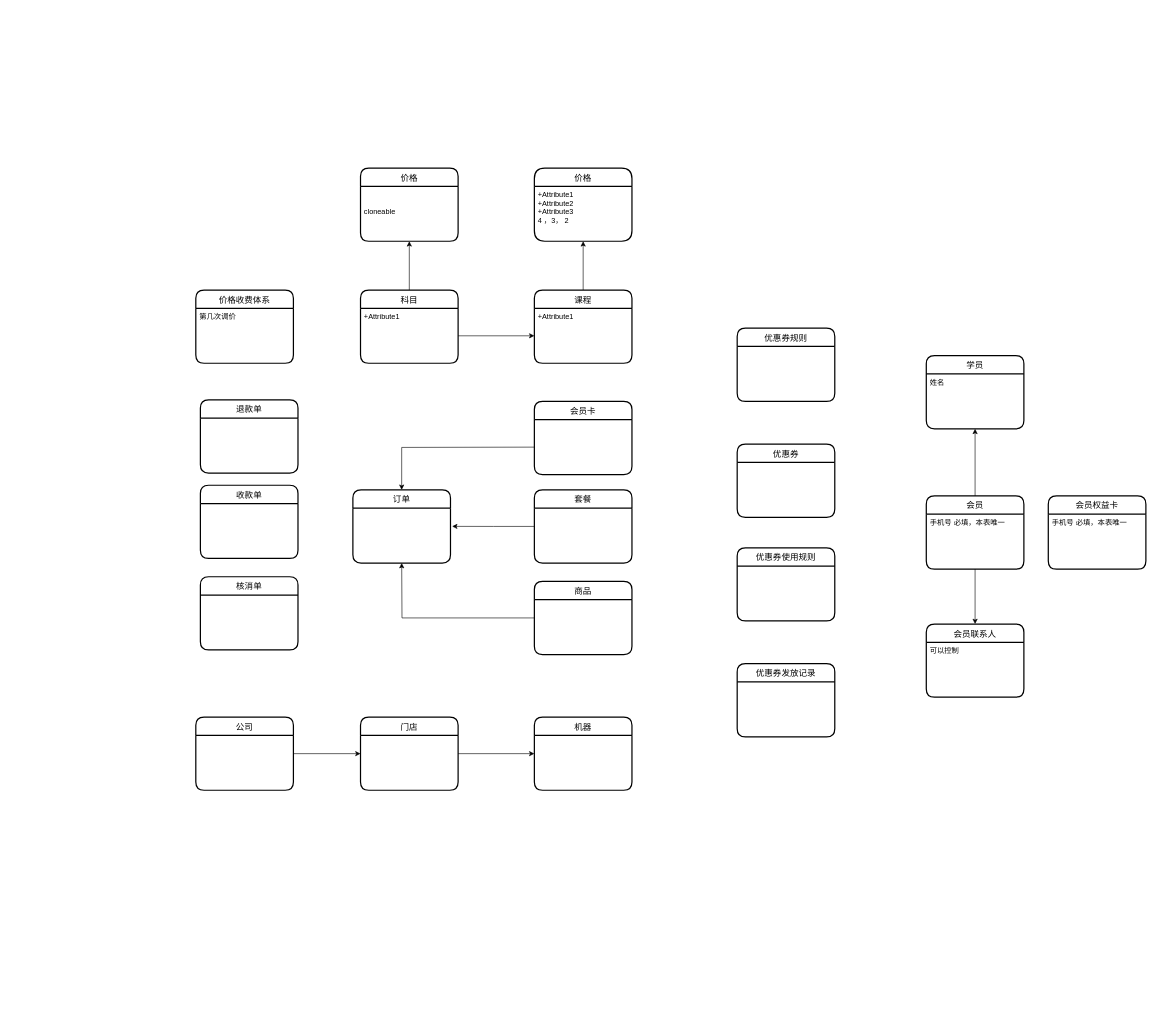
Above: skinow-erp-entity-relationship.drawio in skinow/diagrams (draw.io), before the change. Source tidied: cells renumbered, new cells numbered last; positions are measured from the earlier drawing's top-left corner, leaving out a move shared by most shapes. Both pictures are drawn from the tidied source at 61%, with x=0, y=0 at pixel (195, 168).
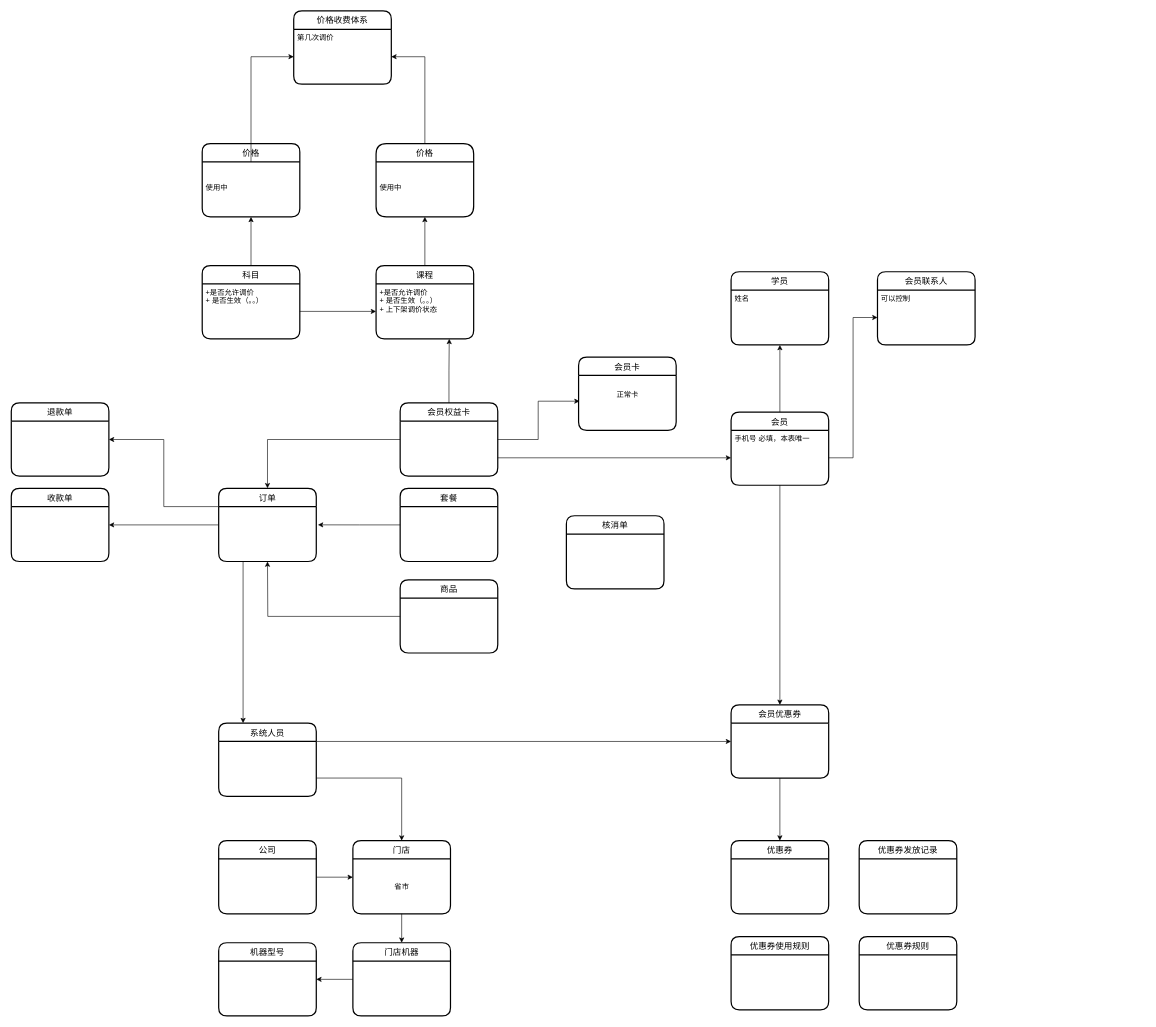
The same diagram, later.

The change refers to these unchanged cells:
```xml
<mxCell id="14" value="第几次调价&#10;" style="align=left;strokeColor=none;fillColor=none;spacingLeft=4;fontSize=12;verticalAlign=top;" parent="13" vertex="1">
  <mxGeometry y="30" width="160" height="90" as="geometry" />
</mxCell>
<mxCell id="16" value="手机号 必填，本表唯一" style="align=left;strokeColor=none;fillColor=none;spacingLeft=4;fontSize=12;verticalAlign=top;" parent="15" vertex="1">
  <mxGeometry y="30" width="160" height="90" as="geometry" />
</mxCell>
<mxCell id="20" value="可以控制" style="align=left;strokeColor=none;fillColor=none;spacingLeft=4;fontSize=12;verticalAlign=top;" parent="19" vertex="1">
  <mxGeometry y="30" width="160" height="90" as="geometry" />
</mxCell>
```

Diff of the diagram source:
```diff
@@
     <mxCell id="3" value="科目" style="swimlane;horizontal=1;startSize=30;rounded=1;fontSize=14;fontStyle=0;strokeWidth=2;shadow=0;dashed=0;align=center;" parent="1" vertex="1">
-      <mxGeometry x="270.5" y="200" width="160" height="120" as="geometry" />
+      <mxGeometry x="11" y="160" width="160" height="120" as="geometry" />
     </mxCell>
-    <mxCell id="4" value="+Attribute1&#10;" style="align=left;strokeColor=none;fillColor=none;spacingLeft=4;fontSize=12;verticalAlign=top;" parent="3" vertex="1">
+    <mxCell id="4" value="+是否允许调价&#10;+ 是否生效（。。）" style="align=left;strokeColor=none;fillColor=none;spacingLeft=4;fontSize=12;verticalAlign=top;" parent="3" vertex="1">
       <mxGeometry y="30" width="160" height="90" as="geometry" />
     </mxCell>
@@
     <mxCell id="6" value="课程" style="swimlane;horizontal=1;startSize=30;rounded=1;fontSize=14;fontStyle=0;strokeWidth=2;shadow=0;dashed=0;align=center;" parent="1" vertex="1">
-      <mxGeometry x="555.5" y="200" width="160" height="120" as="geometry" />
+      <mxGeometry x="296" y="160" width="160" height="120" as="geometry" />
     </mxCell>
-    <mxCell id="7" value="+Attribute1&#10;" style="align=left;strokeColor=none;fillColor=none;spacingLeft=4;fontSize=12;verticalAlign=top;" parent="6" vertex="1">
+    <mxCell id="7" value="+是否允许调价&#10;+ 是否生效（。。）&#10;+ 上下架调价状态" style="align=left;strokeColor=none;fillColor=none;spacingLeft=4;fontSize=12;verticalAlign=top;" parent="6" vertex="1">
       <mxGeometry y="30" width="160" height="90" as="geometry" />
     </mxCell>
     <mxCell id="8" value="价格" style="swimlane;horizontal=1;startSize=30;rounded=1;fontSize=14;fontStyle=0;strokeWidth=2;shadow=0;dashed=0;align=center;" parent="1" vertex="1">
-      <mxGeometry x="270.5" width="160" height="120" as="geometry" />
+      <mxGeometry x="11" y="-40" width="160" height="120" as="geometry" />
     </mxCell>
-    <mxCell id="9" value="&#10;&#10;cloneable" style="align=left;strokeColor=none;fillColor=none;spacingLeft=4;fontSize=12;verticalAlign=top;" parent="8" vertex="1">
+    <mxCell id="9" value="&#10;&#10;使用中" style="align=left;strokeColor=none;fillColor=none;spacingLeft=4;fontSize=12;verticalAlign=top;" parent="8" vertex="1">
       <mxGeometry y="30" width="160" height="90" as="geometry" />
     </mxCell>
+    <mxCell id="44" style="edgeStyle=orthogonalEdgeStyle;rounded=0;jettySize=auto;html=1;entryX=1;entryY=0.5;entryDx=0;entryDy=0;" parent="1" edge="1" source="10" target="14">
+      <mxGeometry relative="1" as="geometry" />
+    </mxCell>
     <mxCell id="10" value="价格" style="swimlane;horizontal=1;startSize=30;rounded=1;fontSize=14;fontStyle=0;strokeWidth=2;shadow=0;dashed=0;align=center;arcSize=19;" parent="1" vertex="1">
-      <mxGeometry x="555.5" width="160" height="120" as="geometry" />
+      <mxGeometry x="296" y="-40" width="160" height="120" as="geometry" />
     </mxCell>
-    <mxCell id="11" value="+Attribute1&#10;+Attribute2&#10;+Attribute3&#10;4 ，3， 2" style="align=left;strokeColor=none;fillColor=none;spacingLeft=4;fontSize=12;verticalAlign=top;" parent="10" vertex="1">
+    <mxCell id="11" value="&#10;&#10;使用中" style="align=left;strokeColor=none;fillColor=none;spacingLeft=4;fontSize=12;verticalAlign=top;" parent="10" vertex="1">
       <mxGeometry y="30" width="160" height="90" as="geometry" />
     </mxCell>
@@
     <mxCell id="13" value="价格收费体系" style="swimlane;horizontal=1;startSize=30;rounded=1;fontSize=14;fontStyle=0;strokeWidth=2;shadow=0;dashed=0;align=center;" parent="1" vertex="1">
-      <mxGeometry x="0.5" y="200" width="160" height="120" as="geometry" />
+      <mxGeometry x="161" y="-257.5" width="160" height="120" as="geometry" />
     </mxCell>
@@
     <mxCell id="15" value="会员" style="swimlane;horizontal=1;startSize=30;rounded=1;fontSize=14;fontStyle=0;strokeWidth=2;shadow=0;dashed=0;align=center;" parent="1" vertex="1">
-      <mxGeometry x="1198" y="537.5" width="160" height="120" as="geometry" />
+      <mxGeometry x="878" y="400" width="160" height="120" as="geometry" />
     </mxCell>
@@
     <mxCell id="17" value="学员" style="swimlane;horizontal=1;startSize=30;rounded=1;fontSize=14;fontStyle=0;strokeWidth=2;shadow=0;dashed=0;align=center;" parent="1" vertex="1">
-      <mxGeometry x="1198" y="307.5" width="160" height="120" as="geometry" />
+      <mxGeometry x="878" y="170" width="160" height="120" as="geometry" />
     </mxCell>
@@
     <mxCell id="19" value="会员联系人" style="swimlane;horizontal=1;startSize=30;rounded=1;fontSize=14;fontStyle=0;strokeWidth=2;shadow=0;dashed=0;align=center;" parent="1" vertex="1">
-      <mxGeometry x="1198" y="747.5" width="160" height="120" as="geometry" />
+      <mxGeometry x="1118" y="170" width="160" height="120" as="geometry" />
     </mxCell>
@@
-    <mxCell id="21" style="edgeStyle=orthogonalEdgeStyle;rounded=0;jettySize=auto;html=1;entryX=0.5;entryY=0;entryDx=0;entryDy=0;" parent="1" edge="1" source="16" target="19">
+    <mxCell id="21" style="edgeStyle=orthogonalEdgeStyle;rounded=0;jettySize=auto;html=1;entryX=0;entryY=0.5;entryDx=0;entryDy=0;" parent="1" edge="1" source="16" target="20">
       <mxGeometry relative="1" as="geometry" />
     </mxCell>
@@
     <mxCell id="24" value="公司" style="swimlane;horizontal=1;startSize=30;rounded=1;fontSize=14;fontStyle=0;strokeWidth=2;shadow=0;dashed=0;align=center;" parent="1" vertex="1">
-      <mxGeometry x="0.5" y="900" width="160" height="120" as="geometry" />
+      <mxGeometry x="38" y="1102.5" width="160" height="120" as="geometry" />
     </mxCell>
-    <mxCell id="25" style="edgeStyle=orthogonalEdgeStyle;rounded=0;jettySize=auto;html=1;entryX=0;entryY=0.5;entryDx=0;entryDy=0;" parent="1" edge="1" source="26" target="27">
+    <mxCell id="25" style="edgeStyle=orthogonalEdgeStyle;rounded=0;jettySize=auto;html=1;entryX=1;entryY=0.5;entryDx=0;entryDy=0;exitX=0;exitY=0.5;exitDx=0;exitDy=0;" parent="1" edge="1" source="55" target="27">
       <mxGeometry relative="1" as="geometry" />
     </mxCell>
     <mxCell id="26" value="门店" style="swimlane;horizontal=1;startSize=30;rounded=1;fontSize=14;fontStyle=0;strokeWidth=2;shadow=0;dashed=0;align=center;" parent="1" vertex="1">
-      <mxGeometry x="270.5" y="900" width="160" height="120" as="geometry" />
+      <mxGeometry x="258" y="1102.5" width="160" height="120" as="geometry" />
     </mxCell>
+    <mxCell id="45" value="省市" style="text;html=1;align=center;verticalAlign=middle;" parent="26" vertex="1">
+      <mxGeometry y="30" width="160" height="90" as="geometry" />
+    </mxCell>
-    <mxCell id="27" value="机器" style="swimlane;horizontal=1;startSize=30;rounded=1;fontSize=14;fontStyle=0;strokeWidth=2;shadow=0;dashed=0;align=center;" parent="1" vertex="1">
-      <mxGeometry x="555.5" y="900" width="160" height="120" as="geometry" />
+    <mxCell id="27" value="机器型号" style="swimlane;horizontal=1;startSize=30;rounded=1;fontSize=14;fontStyle=0;strokeWidth=2;shadow=0;dashed=0;align=center;" parent="1" vertex="1">
+      <mxGeometry x="38" y="1270" width="160" height="120" as="geometry" />
     </mxCell>
     <mxCell id="28" value="会员卡" style="swimlane;horizontal=1;startSize=30;rounded=1;fontSize=14;fontStyle=0;strokeWidth=2;shadow=0;dashed=0;align=center;" parent="1" vertex="1">
-      <mxGeometry x="555.5" y="382.5" width="160" height="120" as="geometry" />
+      <mxGeometry x="628" y="310" width="160" height="120" as="geometry" />
     </mxCell>
+    <mxCell id="46" value="正常卡&lt;br&gt;&lt;br&gt;&lt;br&gt;" style="text;html=1;align=center;verticalAlign=middle;points=[];" parent="28" vertex="1">
+      <mxGeometry y="30" width="160" height="90" as="geometry" />
+    </mxCell>
     <mxCell id="29" style="edgeStyle=orthogonalEdgeStyle;rounded=0;jettySize=auto;html=1;entryX=0.5;entryY=1;entryDx=0;entryDy=0;" parent="1" edge="1" source="30">
       <mxGeometry relative="1" as="geometry">
-        <mxPoint x="338" y="647.5" as="targetPoint" />
+        <mxPoint x="118" y="645" as="targetPoint" />
       </mxGeometry>
     </mxCell>
     <mxCell id="30" value="商品" style="swimlane;horizontal=1;startSize=30;rounded=1;fontSize=14;fontStyle=0;strokeWidth=2;shadow=0;dashed=0;align=center;" parent="1" vertex="1">
-      <mxGeometry x="555.5" y="677.5" width="160" height="120" as="geometry" />
+      <mxGeometry x="335.5" y="675" width="160" height="120" as="geometry" />
     </mxCell>
     <mxCell id="31" style="edgeStyle=orthogonalEdgeStyle;rounded=0;jettySize=auto;html=1;entryX=1.017;entryY=0.332;entryDx=0;entryDy=0;entryPerimeter=0;" parent="1" edge="1" source="32">
       <mxGeometry relative="1" as="geometry">
-        <mxPoint x="420.7" y="587.4" as="targetPoint" />
+        <mxPoint x="200.7" y="584.9" as="targetPoint" />
       </mxGeometry>
     </mxCell>
     <mxCell id="32" value="套餐" style="swimlane;horizontal=1;startSize=30;rounded=1;fontSize=14;fontStyle=0;strokeWidth=2;shadow=0;dashed=0;align=center;" parent="1" vertex="1">
-      <mxGeometry x="555.5" y="527.5" width="160" height="120" as="geometry" />
+      <mxGeometry x="335.5" y="525" width="160" height="120" as="geometry" />
     </mxCell>
+    <mxCell id="47" style="edgeStyle=orthogonalEdgeStyle;rounded=0;jettySize=auto;html=1;exitX=1;exitY=0.75;exitDx=0;exitDy=0;entryX=0.5;entryY=0;entryDx=0;entryDy=0;" parent="1" edge="1" source="58" target="26">
+      <mxGeometry relative="1" as="geometry" />
+    </mxCell>
+    <mxCell id="48" style="edgeStyle=orthogonalEdgeStyle;rounded=0;jettySize=auto;html=1;exitX=0.25;exitY=1;exitDx=0;exitDy=0;entryX=0.25;entryY=0;entryDx=0;entryDy=0;" parent="1" edge="1" source="33" target="58">
+      <mxGeometry relative="1" as="geometry" />
+    </mxCell>
+    <mxCell id="49" style="edgeStyle=orthogonalEdgeStyle;rounded=0;jettySize=auto;html=1;exitX=0;exitY=0.5;exitDx=0;exitDy=0;entryX=1;entryY=0.5;entryDx=0;entryDy=0;" parent="1" edge="1" source="33" target="35">
+      <mxGeometry relative="1" as="geometry" />
+    </mxCell>
+    <mxCell id="50" style="edgeStyle=orthogonalEdgeStyle;rounded=0;jettySize=auto;html=1;entryX=1;entryY=0.5;entryDx=0;entryDy=0;exitX=0;exitY=0.25;exitDx=0;exitDy=0;" parent="1" edge="1" source="33" target="36">
+      <mxGeometry relative="1" as="geometry" />
+    </mxCell>
     <mxCell id="33" value="订单" style="swimlane;horizontal=1;startSize=30;rounded=1;fontSize=14;fontStyle=0;strokeWidth=2;shadow=0;dashed=0;align=center;" parent="1" vertex="1">
-      <mxGeometry x="258" y="527.5" width="160" height="120" as="geometry" />
+      <mxGeometry x="38" y="525" width="160" height="120" as="geometry" />
     </mxCell>
-    <mxCell id="34" style="edgeStyle=orthogonalEdgeStyle;rounded=0;jettySize=auto;html=1;entryX=0.5;entryY=0;entryDx=0;entryDy=0;" parent="1" edge="1" target="33">
-      <mxGeometry relative="1" as="geometry">
-        <mxPoint x="555.5" y="457.5" as="sourcePoint" />
-      </mxGeometry>
+    <mxCell id="34" style="edgeStyle=orthogonalEdgeStyle;rounded=0;jettySize=auto;html=1;entryX=0.5;entryY=0;entryDx=0;entryDy=0;exitX=0;exitY=0.5;exitDx=0;exitDy=0;" parent="1" edge="1" source="42" target="33">
+      <mxGeometry relative="1" as="geometry" />
     </mxCell>
     <mxCell id="35" value="收款单" style="swimlane;horizontal=1;startSize=30;rounded=1;fontSize=14;fontStyle=0;strokeWidth=2;shadow=0;dashed=0;align=center;" parent="1" vertex="1">
-      <mxGeometry x="8" y="520" width="160" height="120" as="geometry" />
+      <mxGeometry x="-302" y="525" width="160" height="120" as="geometry" />
     </mxCell>
     <mxCell id="36" value="退款单" style="swimlane;horizontal=1;startSize=30;rounded=1;fontSize=14;fontStyle=0;strokeWidth=2;shadow=0;dashed=0;align=center;" parent="1" vertex="1">
-      <mxGeometry x="8" y="380" width="160" height="120" as="geometry" />
+      <mxGeometry x="-302" y="385" width="160" height="120" as="geometry" />
     </mxCell>
     <mxCell id="37" value="核消单" style="swimlane;horizontal=1;startSize=30;rounded=1;fontSize=14;fontStyle=0;strokeWidth=2;shadow=0;dashed=0;align=center;" parent="1" vertex="1">
-      <mxGeometry x="8" y="670" width="160" height="120" as="geometry" />
+      <mxGeometry x="608" y="570" width="160" height="120" as="geometry" />
     </mxCell>
     <mxCell id="38" value="优惠券" style="swimlane;horizontal=1;startSize=30;rounded=1;fontSize=14;fontStyle=0;strokeWidth=2;shadow=0;dashed=0;align=center;" parent="1" vertex="1">
-      <mxGeometry x="888" y="452.5" width="160" height="120" as="geometry" />
+      <mxGeometry x="878" y="1102.5" width="160" height="120" as="geometry" />
     </mxCell>
     <mxCell id="39" value="优惠券规则" style="swimlane;horizontal=1;startSize=30;rounded=1;fontSize=14;fontStyle=0;strokeWidth=2;shadow=0;dashed=0;align=center;" parent="1" vertex="1">
-      <mxGeometry x="888" y="262.5" width="160" height="120" as="geometry" />
+      <mxGeometry x="1088" y="1260" width="160" height="120" as="geometry" />
     </mxCell>
     <mxCell id="40" value="优惠券使用规则" style="swimlane;horizontal=1;startSize=30;rounded=1;fontSize=14;fontStyle=0;strokeWidth=2;shadow=0;dashed=0;align=center;" parent="1" vertex="1">
-      <mxGeometry x="888" y="622.5" width="160" height="120" as="geometry" />
+      <mxGeometry x="878" y="1260" width="160" height="120" as="geometry" />
     </mxCell>
     <mxCell id="41" value="优惠券发放记录" style="swimlane;horizontal=1;startSize=30;rounded=1;fontSize=14;fontStyle=0;strokeWidth=2;shadow=0;dashed=0;align=center;" parent="1" vertex="1">
-      <mxGeometry x="888" y="812.5" width="160" height="120" as="geometry" />
+      <mxGeometry x="1088" y="1102.5" width="160" height="120" as="geometry" />
     </mxCell>
+    <mxCell id="51" style="edgeStyle=orthogonalEdgeStyle;rounded=0;jettySize=auto;html=1;exitX=1;exitY=0.75;exitDx=0;exitDy=0;entryX=0;entryY=0.5;entryDx=0;entryDy=0;" parent="1" edge="1" source="42" target="16">
+      <mxGeometry relative="1" as="geometry" />
+    </mxCell>
+    <mxCell id="52" style="edgeStyle=orthogonalEdgeStyle;rounded=0;jettySize=auto;html=1;exitX=1;exitY=0.5;exitDx=0;exitDy=0;entryX=0.01;entryY=0.469;entryDx=0;entryDy=0;entryPerimeter=0;" parent="1" edge="1" source="42" target="46">
+      <mxGeometry relative="1" as="geometry" />
+    </mxCell>
+    <mxCell id="53" style="edgeStyle=orthogonalEdgeStyle;rounded=0;jettySize=auto;html=1;exitX=0.5;exitY=0;exitDx=0;exitDy=0;entryX=0.75;entryY=1;entryDx=0;entryDy=0;" parent="1" edge="1" source="42" target="7">
+      <mxGeometry relative="1" as="geometry" />
+    </mxCell>
     <mxCell id="42" value="会员权益卡" style="swimlane;horizontal=1;startSize=30;rounded=1;fontSize=14;fontStyle=0;strokeWidth=2;shadow=0;dashed=0;align=center;" parent="1" vertex="1">
-      <mxGeometry x="1398" y="537.5" width="160" height="120" as="geometry" />
+      <mxGeometry x="335.5" y="385" width="160" height="120" as="geometry" />
     </mxCell>
-    <mxCell id="43" value="手机号 必填，本表唯一" style="align=left;strokeColor=none;fillColor=none;spacingLeft=4;fontSize=12;verticalAlign=top;" parent="42" vertex="1">
-      <mxGeometry y="30" width="160" height="90" as="geometry" />
-    </mxCell>
+    <mxCell id="54" style="edgeStyle=orthogonalEdgeStyle;rounded=0;jettySize=auto;html=1;entryX=0;entryY=0.5;entryDx=0;entryDy=0;" parent="1" edge="1" source="9" target="14">
+      <mxGeometry relative="1" as="geometry" />
+    </mxCell>
+    <mxCell id="55" value="门店机器" style="swimlane;horizontal=1;startSize=30;rounded=1;fontSize=14;fontStyle=0;strokeWidth=2;shadow=0;dashed=0;align=center;" parent="1" vertex="1">
+      <mxGeometry x="258" y="1270" width="160" height="120" as="geometry" />
+    </mxCell>
+    <mxCell id="56" style="edgeStyle=orthogonalEdgeStyle;rounded=0;jettySize=auto;html=1;entryX=0.5;entryY=0;entryDx=0;entryDy=0;" parent="1" edge="1" source="26" target="55">
+      <mxGeometry relative="1" as="geometry" />
+    </mxCell>
+    <mxCell id="57" style="edgeStyle=orthogonalEdgeStyle;rounded=0;jettySize=auto;html=1;exitX=1;exitY=0.25;exitDx=0;exitDy=0;entryX=0;entryY=0.5;entryDx=0;entryDy=0;" parent="1" edge="1" source="58" target="60">
+      <mxGeometry relative="1" as="geometry" />
+    </mxCell>
+    <mxCell id="58" value="系统人员" style="swimlane;horizontal=1;startSize=30;rounded=1;fontSize=14;fontStyle=0;strokeWidth=2;shadow=0;dashed=0;align=center;" parent="1" vertex="1">
+      <mxGeometry x="38" y="910" width="160" height="120" as="geometry" />
+    </mxCell>
+    <mxCell id="59" style="edgeStyle=orthogonalEdgeStyle;rounded=0;jettySize=auto;html=1;exitX=0.5;exitY=1;exitDx=0;exitDy=0;" parent="1" edge="1" source="60" target="38">
+      <mxGeometry relative="1" as="geometry" />
+    </mxCell>
+    <mxCell id="60" value="会员优惠券" style="swimlane;horizontal=1;startSize=30;rounded=1;fontSize=14;fontStyle=0;strokeWidth=2;shadow=0;dashed=0;align=center;" parent="1" vertex="1">
+      <mxGeometry x="878" y="880" width="160" height="120" as="geometry" />
+    </mxCell>
+    <mxCell id="61" style="edgeStyle=orthogonalEdgeStyle;rounded=0;jettySize=auto;html=1;" parent="1" edge="1" source="16" target="60">
+      <mxGeometry relative="1" as="geometry" />
+    </mxCell>
```
